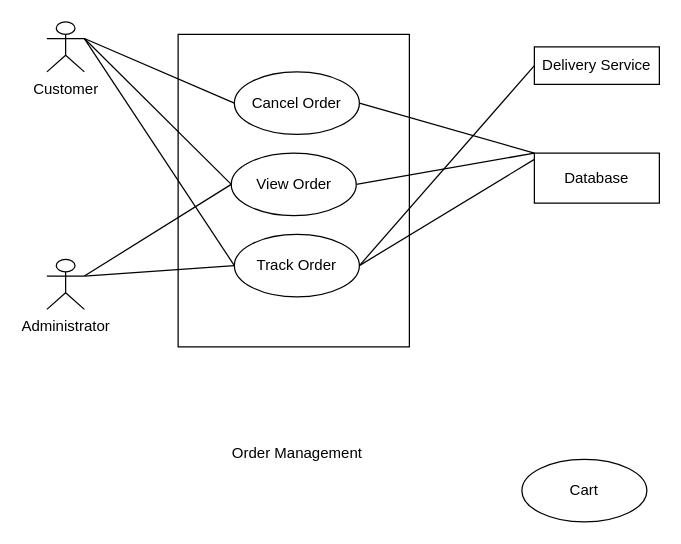
The draw.io diagram Software-Requirement-Specification/Use-Case-Diagrams/Level-1.8.drawio in fiercePanda007/SPL2-EcommerceWebApp, before the edit. Source tidied: cells renumbered, new cells numbered last; positions are measured from the earlier drawing's top-left corner, leaving out a move shared by most shapes. Both pictures are drawn from the tidied source at 125%, with x=0, y=0 at pixel (46, 21).
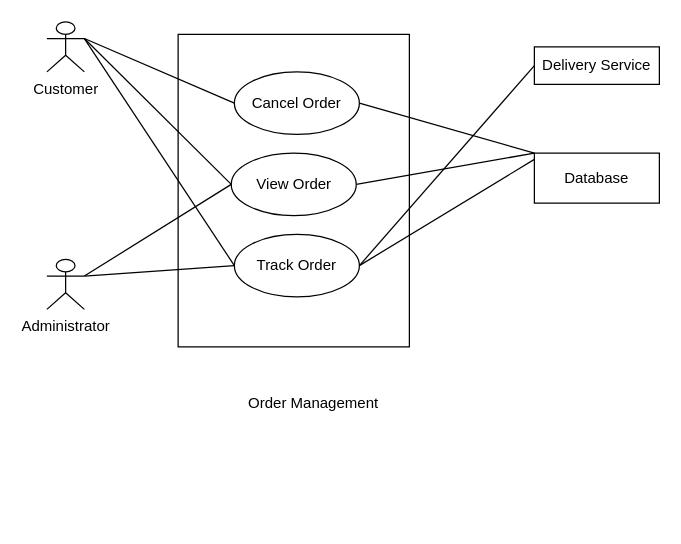
Above is the later version.

Change to the diagram source:
```diff
@@
-    <mxCell id="3" value="Cart" style="ellipse;whiteSpace=wrap;html=1;" parent="1" vertex="1">
-      <mxGeometry x="380" y="350" width="100" height="50" as="geometry" />
-    </mxCell>
@@
     <mxCell id="20" value="Order Management" style="text;html=1;align=center;verticalAlign=middle;strokeColor=none;fillColor=none;" parent="1" vertex="1">
-      <mxGeometry x="135" y="330" width="130" height="30" as="geometry" />
+      <mxGeometry x="147.5" y="290" width="130" height="30" as="geometry" />
     </mxCell>
```
